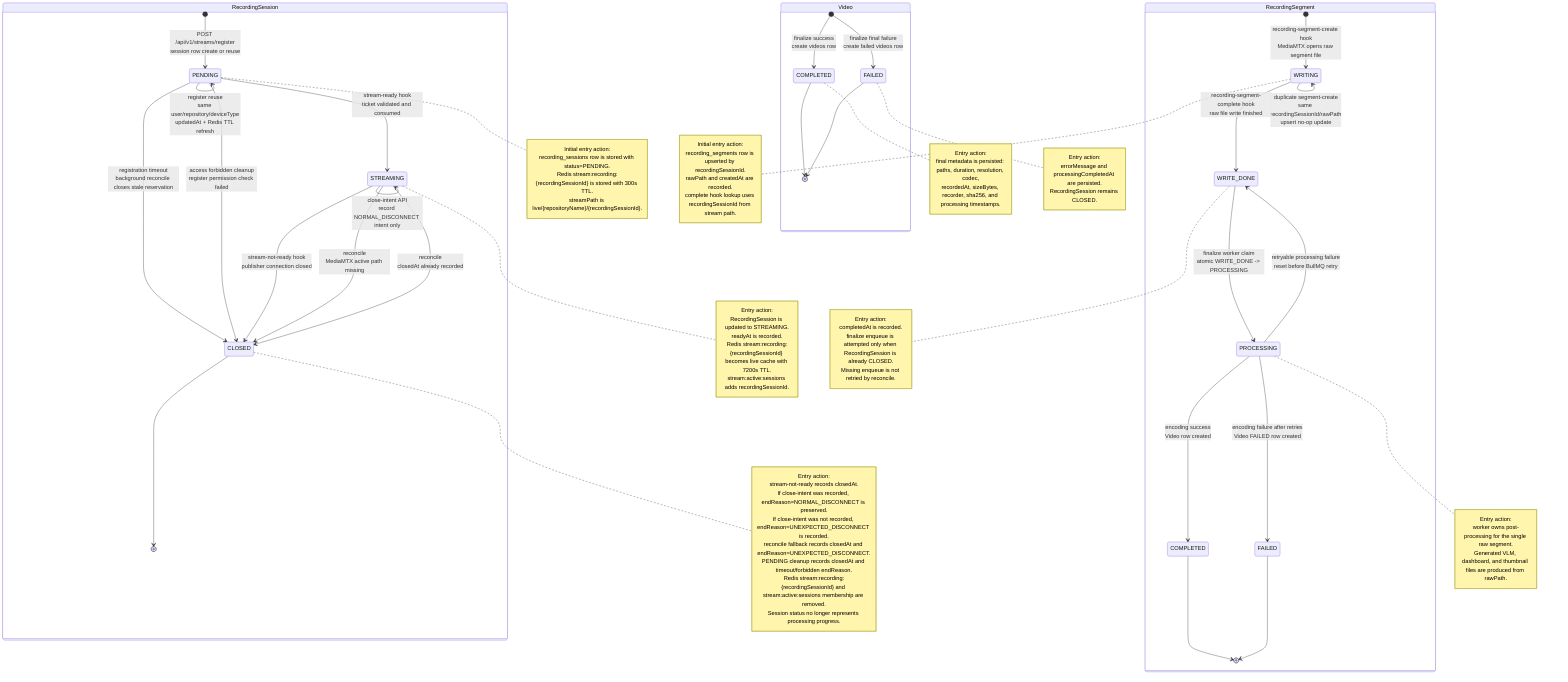
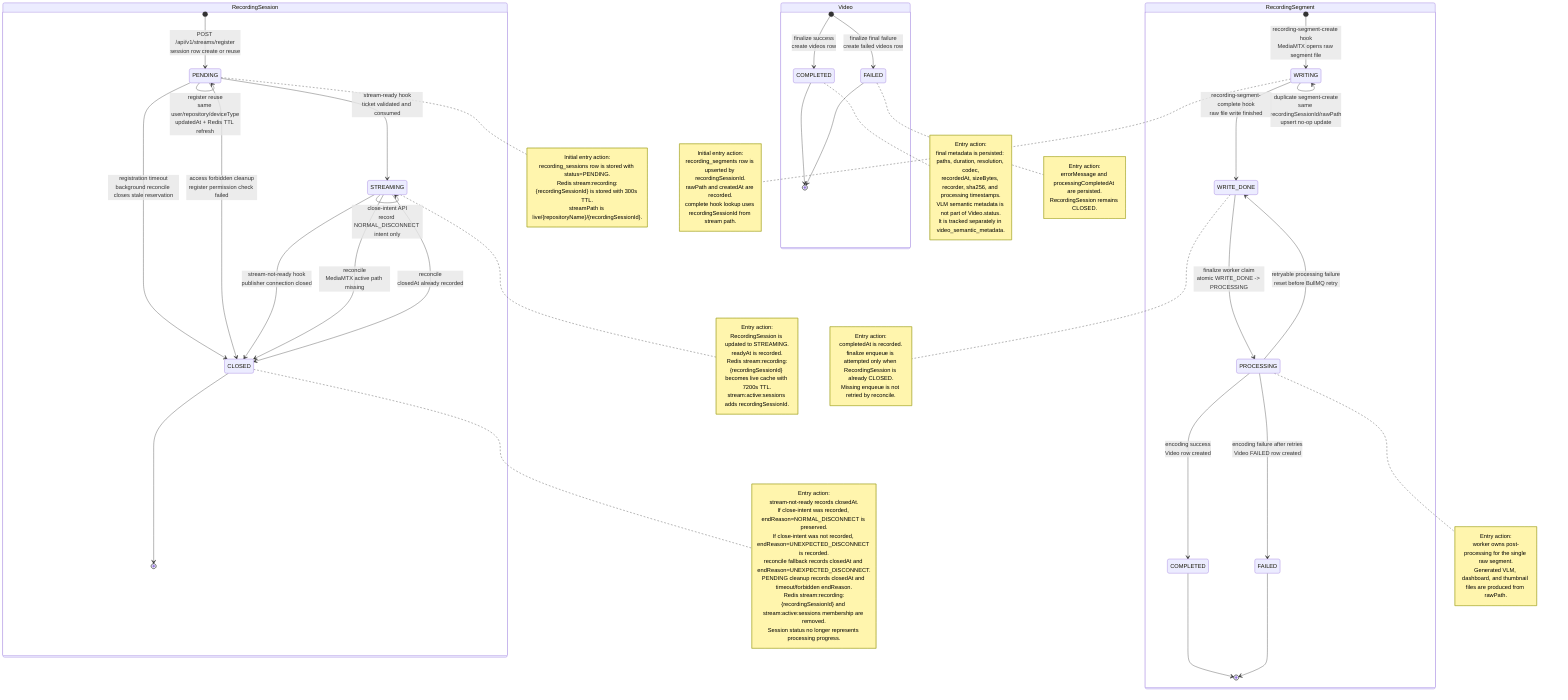
stateDiagram-v2
  state "RecordingSession" as RecordingSession {
    [*] --> RS_PENDING: POST /api/v1/streams/register<br/>session row create or reuse

    state "PENDING" as RS_PENDING
    state "STREAMING" as RS_STREAMING
    state "CLOSED" as RS_CLOSED

    note right of RS_PENDING
      Initial entry action:
      recording_sessions row is stored with status=PENDING.
      Redis stream:recording:{recordingSessionId} is stored with 300s TTL.
      streamPath is live/{repositoryName}/{recordingSessionId}.
    end note

    RS_PENDING --> RS_PENDING: register reuse<br/>same user/repository/deviceType<br/>updatedAt + Redis TTL refresh
    RS_PENDING --> RS_STREAMING: stream-ready hook<br/>ticket validated and consumed
    RS_PENDING --> RS_CLOSED: registration timeout<br/>background reconcile closes stale reservation
    RS_PENDING --> RS_CLOSED: access forbidden cleanup<br/>register permission check failed

    note right of RS_STREAMING
      Entry action:
      RecordingSession is updated to STREAMING.
      readyAt is recorded.
      Redis stream:recording:{recordingSessionId} becomes live cache with 7200s TTL.
      stream:active:sessions adds recordingSessionId.
    end note

    RS_STREAMING --> RS_STREAMING: close-intent API<br/>record NORMAL_DISCONNECT intent only
    RS_STREAMING --> RS_CLOSED: stream-not-ready hook<br/>publisher connection closed
    RS_STREAMING --> RS_CLOSED: reconcile<br/>MediaMTX active path missing
    RS_STREAMING --> RS_CLOSED: reconcile<br/>closedAt already recorded

    note right of RS_CLOSED
      Entry action:
      stream-not-ready records closedAt.
      If close-intent was recorded, endReason=NORMAL_DISCONNECT is preserved.
      If close-intent was not recorded, endReason=UNEXPECTED_DISCONNECT is recorded.
      reconcile fallback records closedAt and endReason=UNEXPECTED_DISCONNECT.
      PENDING cleanup records closedAt and timeout/forbidden endReason.
      Redis stream:recording:{recordingSessionId} and stream:active:sessions membership are removed.
      Session status no longer represents processing progress.
    end note

    RS_CLOSED --> [*]
  }

  state "RecordingSegment" as RecordingSegment {
    [*] --> SEG_WRITING: recording-segment-create hook<br/>MediaMTX opens raw segment file

    state "WRITING" as SEG_WRITING
    state "WRITE_DONE" as SEG_WRITE_DONE
    state "PROCESSING" as SEG_PROCESSING
    state "COMPLETED" as SEG_COMPLETED
    state "FAILED" as SEG_FAILED

    note right of SEG_WRITING
      Initial entry action:
      recording_segments row is upserted by recordingSessionId.
      rawPath and createdAt are recorded.
      complete hook lookup uses recordingSessionId from stream path.
    end note

    SEG_WRITING --> SEG_WRITING: duplicate segment-create<br/>same recordingSessionId/rawPath<br/>upsert no-op update
    SEG_WRITING --> SEG_WRITE_DONE: recording-segment-complete hook<br/>raw file write finished
    SEG_WRITE_DONE --> SEG_PROCESSING: finalize worker claim<br/>atomic WRITE_DONE -> PROCESSING
    SEG_PROCESSING --> SEG_WRITE_DONE: retryable processing failure<br/>reset before BullMQ retry
    SEG_PROCESSING --> SEG_COMPLETED: encoding success<br/>Video row created
    SEG_PROCESSING --> SEG_FAILED: encoding failure after retries<br/>Video FAILED row created

    note right of SEG_WRITE_DONE
      Entry action:
      completedAt is recorded.
      finalize enqueue is attempted only when RecordingSession is already CLOSED.
      Missing enqueue is not retried by reconcile.
    end note

    note right of SEG_PROCESSING
      Entry action:
      worker owns post-processing for the single raw segment.
      Generated VLM, dashboard, and thumbnail files are produced from rawPath.
    end note

    SEG_COMPLETED --> [*]
    SEG_FAILED --> [*]
  }

  state "Video" as Video {
    [*] --> VIDEO_COMPLETED: finalize success<br/>create videos row
    [*] --> VIDEO_FAILED: finalize final failure<br/>create failed videos row

    state "COMPLETED" as VIDEO_COMPLETED
    state "FAILED" as VIDEO_FAILED

    note right of VIDEO_COMPLETED
      Entry action:
      final metadata is persisted: paths, duration, resolution, codec,
      recordedAt, sizeBytes, recorder, sha256, and processing timestamps.
+       VLM semantic metadata is not part of Video.status.
+       It is tracked separately in video_semantic_metadata.
    end note

    note right of VIDEO_FAILED
      Entry action:
      errorMessage and processingCompletedAt are persisted.
      RecordingSession remains CLOSED.
    end note

    VIDEO_COMPLETED --> [*]
    VIDEO_FAILED --> [*]
  }

%% 참고:
%% RecordingSession.status는 streaming session 자체의 lifecycle만 표현한다.
%% 최초 PENDING 진입은 register API가 담당하고, STREAMING 진입은 stream-ready hook이 담당한다.
%% App 변경 필요:
%% App 종료 버튼은 legacy Stop API를 호출하지 않고
%% POST /api/v1/recordings/{recordingSessionId}/close-intent 를 먼저 호출한다.
%% body는 { "reason": "NORMAL_DISCONNECT" } 이며, 200 OK 이후 RTMP publisher socket을 정상 close한다.
%% close-intent는 RecordingSession.status를 바꾸지 않는 STREAMING self-loop이다.
%% publisher connection 종료는 stream-not-ready hook 또는 reconcile이 CLOSED로 반영한다.
%% MediaMTX stream-not-ready hook payload만으로 정상 close와 crash/reset을 완벽히 구분할 수는 없다.
%% recording session 하나는 RecordingSegment 하나만 가진다.
%% 최초 segment 진입은 segment-create hook의 WRITING row 생성이다.
%% segment-complete는 누락된 segment를 복구 생성하지 않고, 기존 단일 RecordingSegment만 WRITE_DONE으로 확정한 뒤 enqueue를 시도한다.
%% segment-complete hook이 누락되면 WRITING segment는 자동으로 WRITE_DONE/FAILED로 보정하지 않는다.
%% RecordingSegment.status가 raw segment write와 후처리 상태를 표현한다.
%% Video row는 finalize가 성공하거나 최종 실패했을 때 생성된다.
